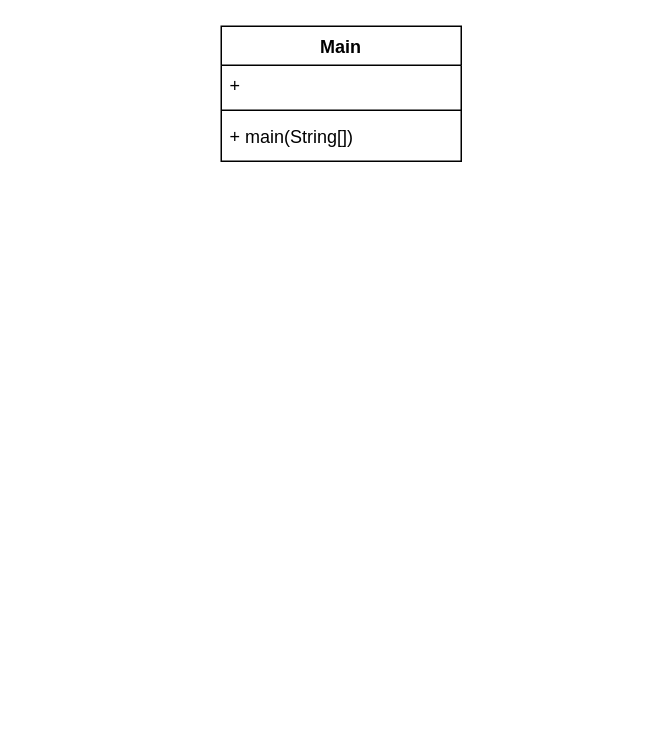
This is Untitled Diagram.drawio from polcamden/Genome-Analysis, a draw.io file, before an edit. Source tidied: cells renumbered, new cells numbered last; positions are measured from the earlier drawing's top-left corner, leaving out a move shared by most shapes. Both pictures are drawn from the tidied source at 150%, with x=0, y=0 at pixel (220, 26).
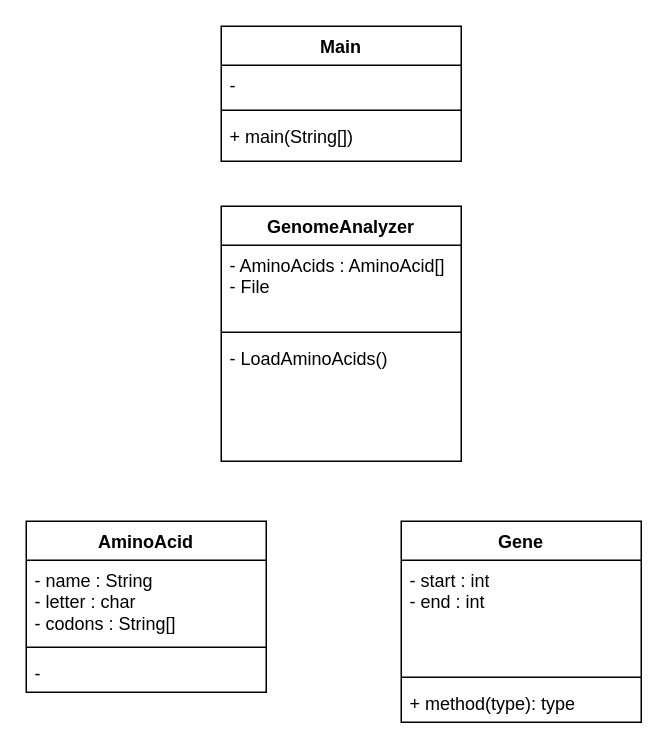
The same diagram, later.

Change to the diagram source:
```diff
@@
 <mxGraphModel>
   <root>
     <mxCell id="0" />
     <mxCell id="1" parent="0" />
     <mxCell id="2" value="Main" style="swimlane;fontStyle=1;align=center;verticalAlign=top;horizontal=1;startSize=26;whiteSpace=wrap;html=1;" parent="1" vertex="1">
       <mxGeometry width="160" height="90" as="geometry" />
     </mxCell>
-    <mxCell id="3" value="+" style="text;strokeColor=none;fillColor=none;align=left;verticalAlign=top;spacingLeft=4;spacingRight=4;overflow=hidden;whiteSpace=wrap;html=1;" parent="2" vertex="1">
+    <mxCell id="3" value="-" style="text;strokeColor=none;fillColor=none;align=left;verticalAlign=top;spacingLeft=4;spacingRight=4;overflow=hidden;whiteSpace=wrap;html=1;" parent="2" vertex="1">
       <mxGeometry y="26" width="160" height="26" as="geometry" />
     </mxCell>
     <mxCell id="4" style="line;strokeWidth=1;fillColor=none;align=left;verticalAlign=middle;spacingTop=-1;spacingLeft=3;spacingRight=3;labelPosition=right;strokeColor=inherit;" parent="2" vertex="1">
       <mxGeometry y="52" width="160" height="8" as="geometry" />
     </mxCell>
     <mxCell id="5" value="+ main(String[])" style="text;strokeColor=none;fillColor=none;align=left;verticalAlign=top;spacingLeft=4;spacingRight=4;overflow=hidden;whiteSpace=wrap;html=1;" parent="2" vertex="1">
       <mxGeometry y="60" width="160" height="30" as="geometry" />
     </mxCell>
+    <mxCell id="6" value="AminoAcid" style="swimlane;fontStyle=1;align=center;verticalAlign=top;horizontal=1;startSize=26;whiteSpace=wrap;html=1;" parent="1" vertex="1">
+      <mxGeometry x="-130" y="330" width="160" height="114" as="geometry" />
+    </mxCell>
+    <mxCell id="7" value="- name : String&lt;div&gt;- letter : char&lt;/div&gt;&lt;div&gt;-&amp;nbsp;codons : String[]&lt;/div&gt;" style="text;strokeColor=none;fillColor=none;align=left;verticalAlign=top;spacingLeft=4;spacingRight=4;overflow=hidden;whiteSpace=wrap;html=1;" parent="6" vertex="1">
+      <mxGeometry y="26" width="160" height="54" as="geometry" />
+    </mxCell>
+    <mxCell id="8" style="line;strokeWidth=1;fillColor=none;align=left;verticalAlign=middle;spacingTop=-1;spacingLeft=3;spacingRight=3;labelPosition=right;strokeColor=inherit;" parent="6" vertex="1">
+      <mxGeometry y="80" width="160" height="8" as="geometry" />
+    </mxCell>
+    <mxCell id="9" value="-" style="text;strokeColor=none;fillColor=none;align=left;verticalAlign=top;spacingLeft=4;spacingRight=4;overflow=hidden;whiteSpace=wrap;html=1;" parent="6" vertex="1">
+      <mxGeometry y="88" width="160" height="26" as="geometry" />
+    </mxCell>
+    <mxCell id="10" value="Gene" style="swimlane;fontStyle=1;align=center;verticalAlign=top;horizontal=1;startSize=26;whiteSpace=wrap;html=1;" parent="1" vertex="1">
+      <mxGeometry x="120" y="330" width="160" height="134" as="geometry" />
+    </mxCell>
+    <mxCell id="11" value="- start : int&lt;div&gt;- end : int&lt;/div&gt;" style="text;strokeColor=none;fillColor=none;align=left;verticalAlign=top;spacingLeft=4;spacingRight=4;overflow=hidden;whiteSpace=wrap;html=1;" parent="10" vertex="1">
+      <mxGeometry y="26" width="160" height="74" as="geometry" />
+    </mxCell>
+    <mxCell id="12" style="line;strokeWidth=1;fillColor=none;align=left;verticalAlign=middle;spacingTop=-1;spacingLeft=3;spacingRight=3;labelPosition=right;strokeColor=inherit;" parent="10" vertex="1">
+      <mxGeometry y="100" width="160" height="8" as="geometry" />
+    </mxCell>
+    <mxCell id="13" value="+ method(type): type" style="text;strokeColor=none;fillColor=none;align=left;verticalAlign=top;spacingLeft=4;spacingRight=4;overflow=hidden;whiteSpace=wrap;html=1;" parent="10" vertex="1">
+      <mxGeometry y="108" width="160" height="26" as="geometry" />
+    </mxCell>
+    <mxCell id="14" value="GenomeAnalyzer" style="swimlane;fontStyle=1;align=center;verticalAlign=top;horizontal=1;startSize=26;whiteSpace=wrap;html=1;" parent="1" vertex="1">
+      <mxGeometry y="120" width="160" height="170" as="geometry" />
+    </mxCell>
+    <mxCell id="15" value="- AminoAcids : AminoAcid[]&lt;div&gt;- File&lt;/div&gt;" style="text;strokeColor=none;fillColor=none;align=left;verticalAlign=top;spacingLeft=4;spacingRight=4;overflow=hidden;whiteSpace=wrap;html=1;" parent="14" vertex="1">
+      <mxGeometry y="26" width="160" height="54" as="geometry" />
+    </mxCell>
+    <mxCell id="16" style="line;strokeWidth=1;fillColor=none;align=left;verticalAlign=middle;spacingTop=-1;spacingLeft=3;spacingRight=3;labelPosition=right;strokeColor=inherit;" parent="14" vertex="1">
+      <mxGeometry y="80" width="160" height="8" as="geometry" />
+    </mxCell>
+    <mxCell id="17" value="- LoadAminoAcids()&lt;div&gt;&lt;br&gt;&lt;/div&gt;" style="text;strokeColor=none;fillColor=none;align=left;verticalAlign=top;spacingLeft=4;spacingRight=4;overflow=hidden;whiteSpace=wrap;html=1;" parent="14" vertex="1">
+      <mxGeometry y="88" width="160" height="82" as="geometry" />
+    </mxCell>
   </root>
 </mxGraphModel>
```
